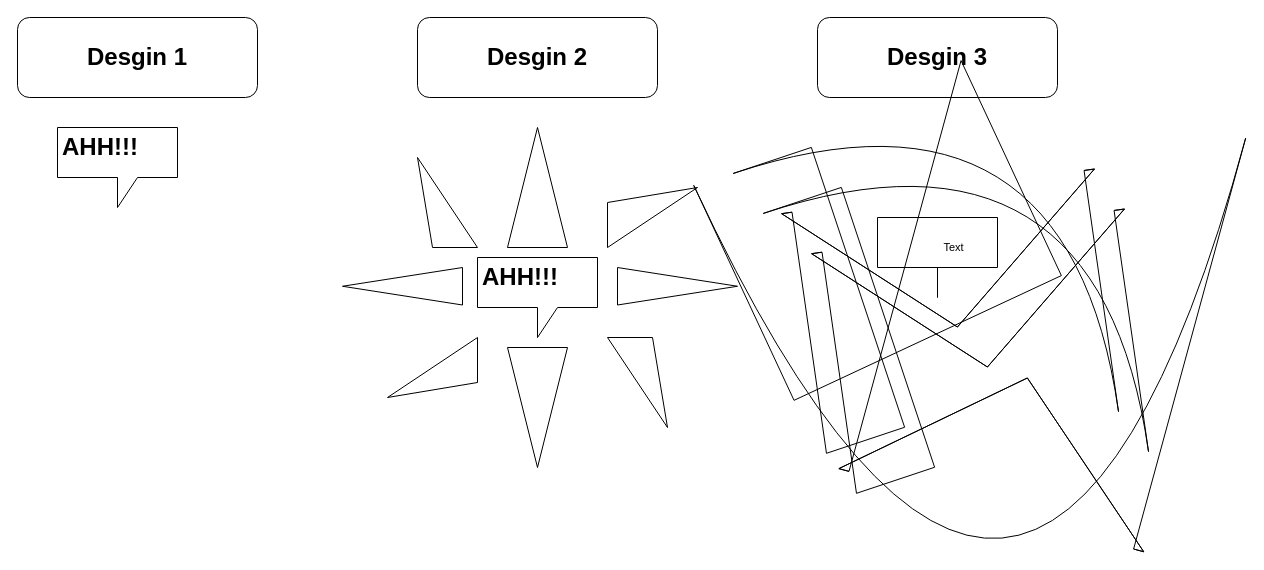
The draw.io diagram Design folder/jumpscare.drawio in ASDAH-Digtal/gaming-assignment-2-TevitaManu, before the edit. Source tidied: cells renumbered, new cells numbered last; positions are measured from the earlier drawing's top-left corner, leaving out a move shared by most shapes. Both pictures are drawn from the tidied source at 100%, with x=0, y=0 at pixel (17, 17).
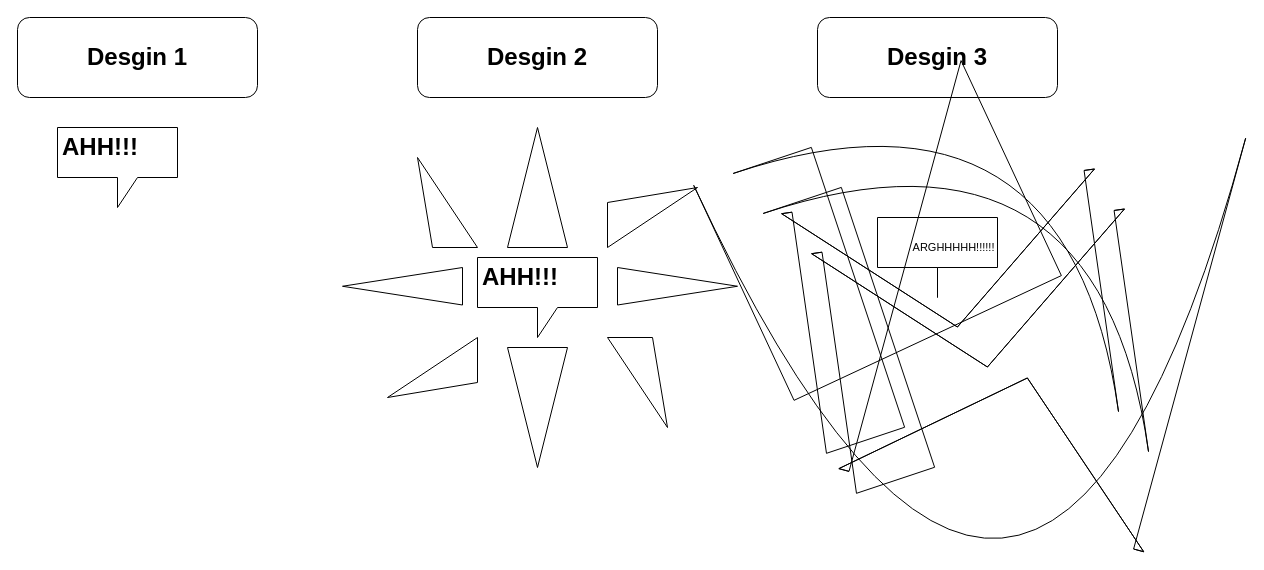
The same diagram, later.

Unchanged cells that the change refers to:
```xml
<mxCell id="20" style="shape=flexArrow;endArrow=classic;html=1;width=295;endSize=45.35;" parent="1" edge="1">
  <mxGeometry relative="1" as="geometry">
    <mxPoint x="910" y="320" as="sourcePoint" />
    <mxPoint x="1010" y="360" as="targetPoint" />
    <Array as="points">
      <mxPoint x="980" y="470" />
    </Array>
  </mxGeometry>
</mxCell>
```

The edit, as a diff of the source:
```diff
@@
-    <mxCell id="21" value="Text" style="edgeLabel;html=1;align=center;verticalAlign=middle;" parent="20" vertex="1">
+    <mxCell id="21" value="ARGHHHHH!!!!!!" style="edgeLabel;html=1;align=center;verticalAlign=middle;" parent="20" vertex="1">
       <mxGeometry x="-1" y="93" relative="1" as="geometry">
         <mxPoint x="-59" y="-51" as="offset" />
       </mxGeometry>
     </mxCell>
```
